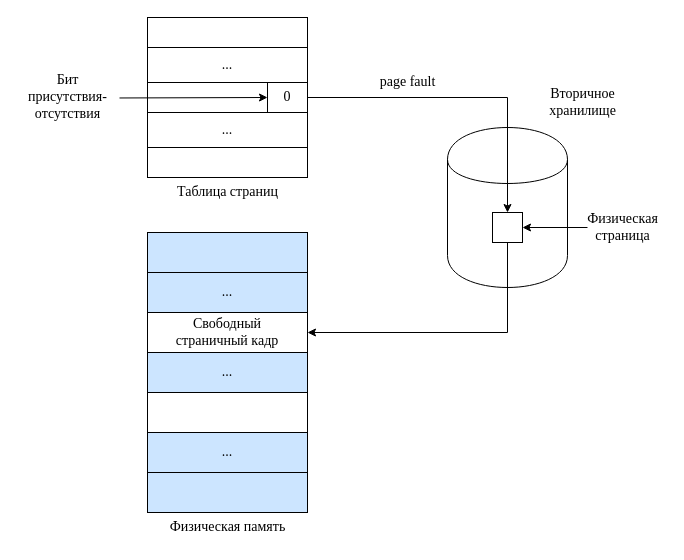
Earlier version of the draw.io diagram docs/diploma/schemes/demand-paging.drawio (hamzreg/bmstu-diploma). Source tidied: cells renumbered, new cells numbered last; positions are measured from the earlier drawing's top-left corner, leaving out a move shared by most shapes. Both pictures are drawn from the tidied source at 100%, with x=0, y=0 at pixel (17, 17).
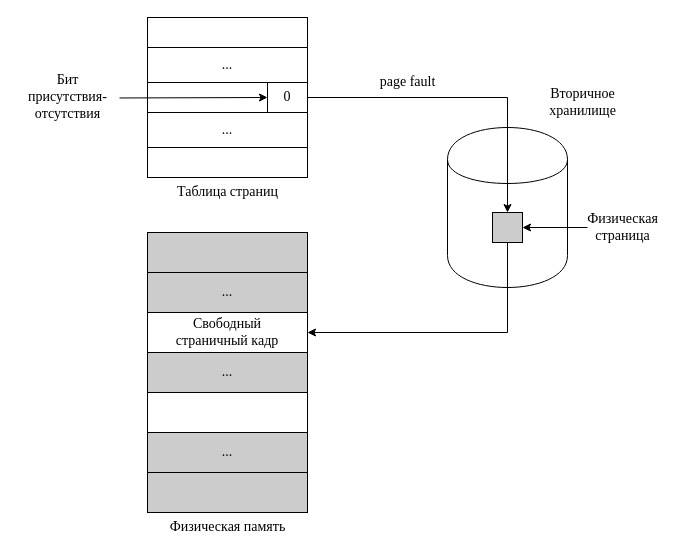
Above is the later version.

What changed in the source:
```diff
@@
-    <mxCell id="5" style="rounded=0;whiteSpace=wrap;html=1;" parent="1" vertex="1">
+    <mxCell id="5" style="rounded=0;whiteSpace=wrap;html=1;fillColor=#CCCCCC;" parent="1" vertex="1">
       <mxGeometry x="475" y="195" width="30" height="30" as="geometry" />
     </mxCell>
@@
-    <mxCell id="8" style="rounded=0;whiteSpace=wrap;html=1;fontFamily=Times New Roman;fontSize=14;labelBackgroundColor=none;fillColor=#CCE5FF;" parent="1" vertex="1">
+    <mxCell id="8" style="rounded=0;whiteSpace=wrap;html=1;fontFamily=Times New Roman;fontSize=14;labelBackgroundColor=none;fillColor=#CCCCCC;" parent="1" vertex="1">
       <mxGeometry x="130" y="215" width="160" height="40" as="geometry" />
     </mxCell>
-    <mxCell id="9" value="..." style="rounded=0;whiteSpace=wrap;html=1;fontFamily=Times New Roman;fontSize=14;labelBackgroundColor=none;fillColor=#CCE5FF;" parent="1" vertex="1">
+    <mxCell id="9" value="..." style="rounded=0;whiteSpace=wrap;html=1;fontFamily=Times New Roman;fontSize=14;labelBackgroundColor=none;fillColor=#CCCCCC;" parent="1" vertex="1">
       <mxGeometry x="130" y="255" width="160" height="40" as="geometry" />
     </mxCell>
-    <mxCell id="10" value="..." style="rounded=0;whiteSpace=wrap;html=1;fontFamily=Times New Roman;fontSize=14;labelBackgroundColor=none;fillColor=#CCE5FF;" parent="1" vertex="1">
+    <mxCell id="10" value="..." style="rounded=0;whiteSpace=wrap;html=1;fontFamily=Times New Roman;fontSize=14;labelBackgroundColor=none;fillColor=#CCCCCC;" parent="1" vertex="1">
       <mxGeometry x="130" y="335" width="160" height="40" as="geometry" />
     </mxCell>
-    <mxCell id="11" style="rounded=0;whiteSpace=wrap;html=1;fontFamily=Times New Roman;fontSize=14;labelBackgroundColor=none;fillColor=#CCE5FF;" parent="1" vertex="1">
+    <mxCell id="11" style="rounded=0;whiteSpace=wrap;html=1;fontFamily=Times New Roman;fontSize=14;labelBackgroundColor=none;fillColor=#CCCCCC;" parent="1" vertex="1">
       <mxGeometry x="130" y="455" width="160" height="40" as="geometry" />
     </mxCell>
-    <mxCell id="12" value="..." style="rounded=0;whiteSpace=wrap;html=1;fontFamily=Times New Roman;fontSize=14;labelBackgroundColor=none;fillColor=#CCE5FF;" parent="1" vertex="1">
+    <mxCell id="12" value="..." style="rounded=0;whiteSpace=wrap;html=1;fontFamily=Times New Roman;fontSize=14;labelBackgroundColor=none;fillColor=#CCCCCC;" parent="1" vertex="1">
       <mxGeometry x="130" y="415" width="160" height="40" as="geometry" />
     </mxCell>
```
